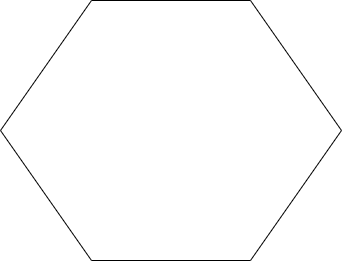
Before: pic/六边形架构.drawio.png, a diagram exported from draw.io (guxdong/imgrepo). Source tidied: cells renumbered, new cells last; positions are measured from the earlier drawing's top-left corner, leaving out a move shared by most shapes. Its diagram source:
```xml
<mxGraphModel>
  <root>
    <mxCell id="0" />
    <mxCell id="1" parent="0" />
    <mxCell id="2" style="shape=hexagon;perimeter=hexagonPerimeter2;whiteSpace=wrap;html=1;fixedSize=1;size=91;" parent="1" vertex="1">
      <mxGeometry width="341" height="260" as="geometry" />
    </mxCell>
  </root>
</mxGraphModel>
```
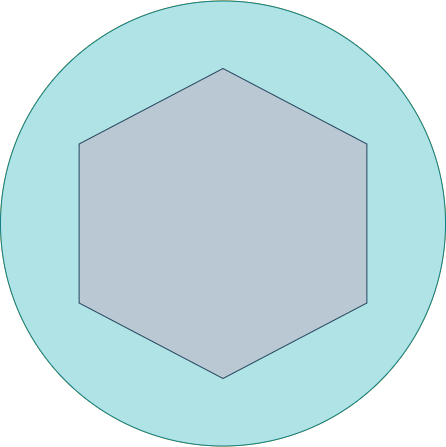
The same file after the commit.

Commit message:
更新六边形架构.drawio.png

Change to the diagram source:
```diff
@@ -2,8 +2,14 @@
   <root>
     <mxCell id="0" />
     <mxCell id="1" parent="0" />
+    <mxCell id="3" style="ellipse;whiteSpace=wrap;html=1;fillColor=#ffe6cc;strokeColor=#d79b00;" parent="1" vertex="1">
+      <mxGeometry x="-67.5" y="-78.6" width="445" height="445" as="geometry" />
+    </mxCell>
+    <mxCell id="4" style="ellipse;whiteSpace=wrap;html=1;fillColor=#b0e3e6;strokeColor=#0e8088;" parent="1" vertex="1">
+      <mxGeometry x="-67.5" y="-78.6" width="445" height="445" as="geometry" />
+    </mxCell>
-    <mxCell id="2" style="shape=hexagon;perimeter=hexagonPerimeter2;whiteSpace=wrap;html=1;fixedSize=1;size=91;" parent="1" vertex="1">
-      <mxGeometry width="341" height="260" as="geometry" />
+    <mxCell id="2" style="shape=hexagon;perimeter=hexagonPerimeter2;whiteSpace=wrap;html=1;fixedSize=1;size=75.5;rotation=90;fillColor=#bac8d3;strokeColor=#23445d;" parent="1" vertex="1">
+      <mxGeometry width="310" height="287.8" as="geometry" />
     </mxCell>
   </root>
 </mxGraphModel>
```
